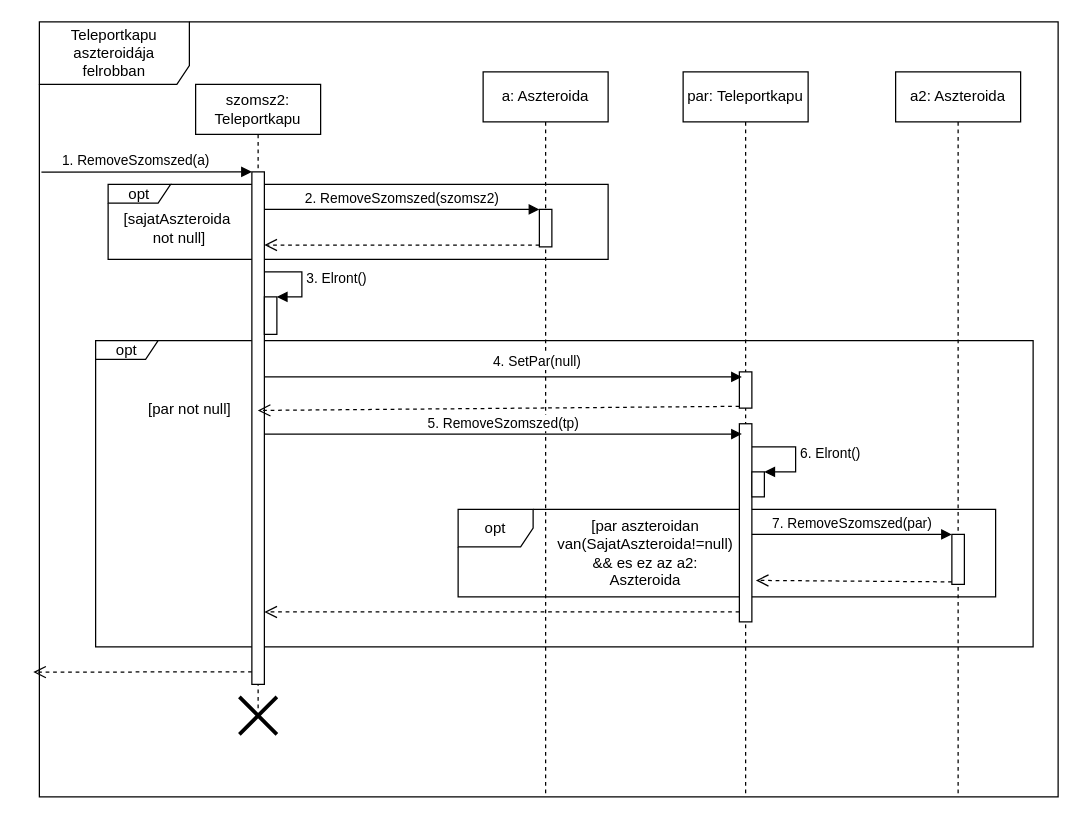
Above: page "teleportkapu robban" (5 of 5) of doc/szekvencia/szek_UranLerak.drawio in torpeBoiGo/aszteroidabanyaszat (draw.io), before the change. Source tidied: cells renumbered, new cells numbered last; positions are measured from the earlier drawing's top-left corner, leaving out a move shared by most shapes. Both pictures are drawn from the tidied source at 125%, with x=0, y=0 at pixel (39, 21).
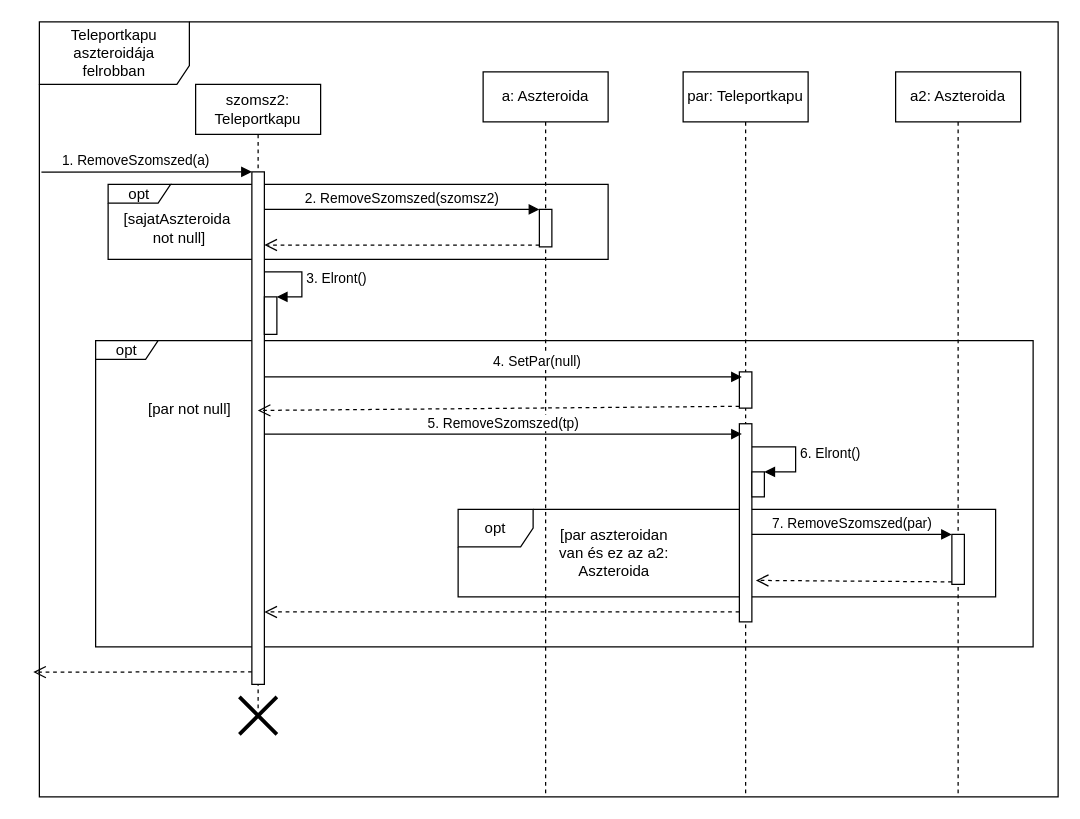
Above is the later version.

Commit message:
Update szek_UranLerak.drawio: felt javitas

What changed in the source:
```diff
@@
-    <mxCell id="31" value="[par aszteroidan van(SajatAszteroida!=null) &amp;amp;&amp;amp; es ez az a2: Aszteroida" style="text;html=1;strokeColor=none;fillColor=none;align=center;verticalAlign=middle;whiteSpace=wrap;rounded=0;" parent="1" vertex="1">
-      <mxGeometry x="455" y="415" width="60" height="20" as="geometry" />
+    <mxCell id="31" value="[par aszteroidan van és ez az a2: Aszteroida" style="text;html=1;strokeColor=none;fillColor=none;align=center;verticalAlign=middle;whiteSpace=wrap;rounded=0;" parent="1" vertex="1">
+      <mxGeometry x="405" y="415" width="110" height="20" as="geometry" />
     </mxCell>
```
